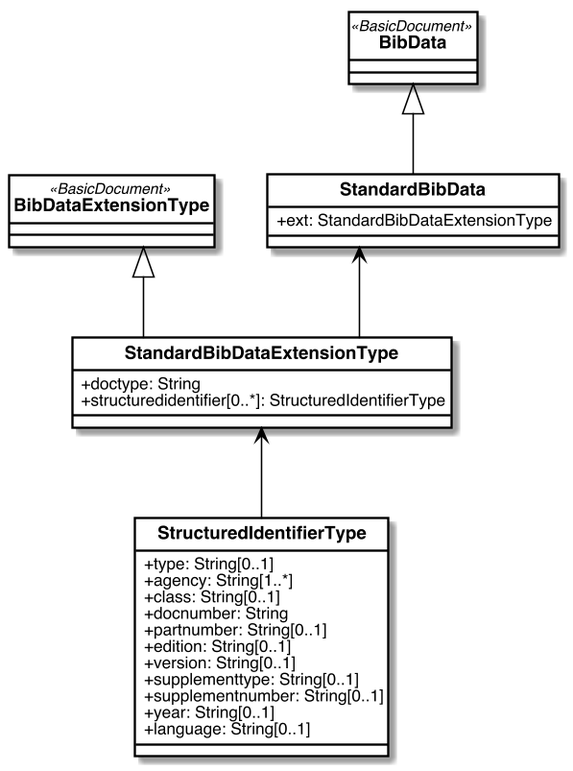
Above: standoc/images/StandardDoc_Metadata.png in metanorma/standoc-models (PlantUML), before the change. Source of this version:
```plantuml
@startuml StandardDoc_Metadata


skinparam Dpi 150
skinparam Monochrome false
skinparam LineType ortho
hide circle
skinparam Default {
  TextAlignment center
  FontName Helvetica
}
skinparam Class {
  AttributeIconSize 0
  BackgroundColor White
  ArrowColor Black
  BorderColor Black
  FontStyle bold
  StereotypeFontSize 10
}
skinparam Rectangle {
  BackgroundColor White
  ArrowColor Black
  BorderColor Black
  FontStyle bold
  FontSize 11
  StereotypeFontSize 10
}
skinparam Object {
  BackgroundColor White
  ArrowColor Black
  BorderColor Black
  FontStyle bold
  FontSize 11
  StereotypeFontSize 10
}

skinparam Entity {
  StereotypeFontSize 10
}



class BibDataExtensionType <<BasicDocument>> {
}

class BibData <<BasicDocument>> {
}

class StandardBibData {
    +ext: StandardBibDataExtensionType
}

class StandardBibDataExtensionType {
    +doctype: String
    +structuredidentifier[0..*]: StructuredIdentifierType
}

class StructuredIdentifierType {
    +type: String[0..1]
    +agency: String[1..*]
    +class: String[0..1]
    +docnumber: String
    +partnumber: String[0..1]
    +edition: String[0..1]
    +version: String[0..1]
    +supplementtype: String[0..1]
    +supplementnumber: String[0..1]
    +year: String[0..1]
    +language: String[0..1]
}



BibData <|-- StandardBibData
BibDataExtensionType <|-- StandardBibDataExtensionType
StandardBibData <-- StandardBibDataExtensionType
StandardBibDataExtensionType <-- StructuredIdentifierType

@enduml
```
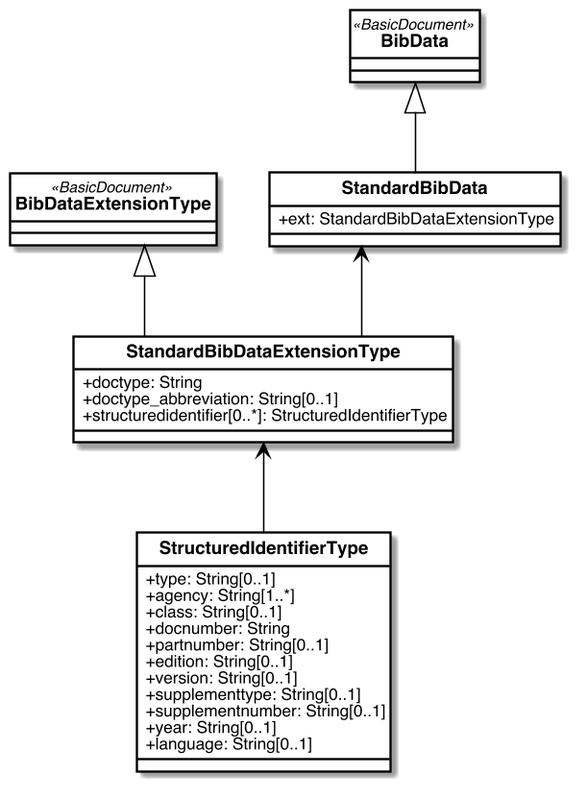
The same diagram one commit later.

Commit message:
doctype abbreviation: https://github.com/metanorma/metanorma-cc/issues/113

Change to the diagram source:
```diff
@@ -1,44 +1,6 @@
 @startuml StandardDoc_Metadata
 
-
-skinparam Dpi 150
-skinparam Monochrome false
-skinparam LineType ortho
-hide circle
-skinparam Default {
-  TextAlignment center
-  FontName Helvetica
-}
-skinparam Class {
-  AttributeIconSize 0
-  BackgroundColor White
-  ArrowColor Black
-  BorderColor Black
-  FontStyle bold
-  StereotypeFontSize 10
-}
-skinparam Rectangle {
-  BackgroundColor White
-  ArrowColor Black
-  BorderColor Black
-  FontStyle bold
-  FontSize 11
-  StereotypeFontSize 10
-}
-skinparam Object {
-  BackgroundColor White
-  ArrowColor Black
-  BorderColor Black
-  FontStyle bold
-  FontSize 11
-  StereotypeFontSize 10
-}
-
-skinparam Entity {
-  StereotypeFontSize 10
-}
-
-
+!include style.uml.inc
 
 class BibDataExtensionType <<BasicDocument>> {
 }
@@ -52,6 +14,7 @@
 
 class StandardBibDataExtensionType {
     +doctype: String
+    +doctype_abbreviation: String[0..1]
     +structuredidentifier[0..*]: StructuredIdentifierType
 }
 
```
